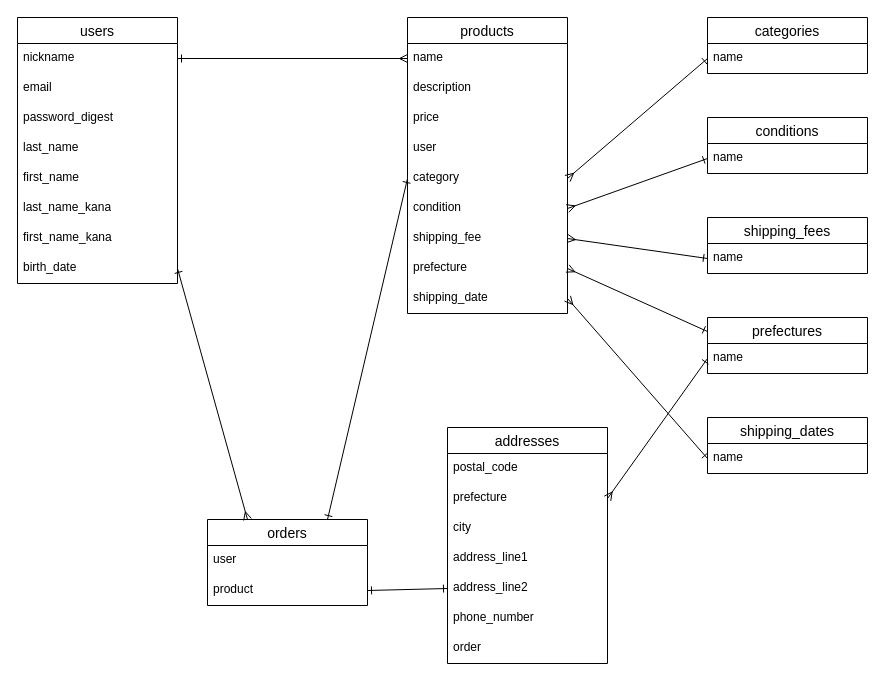
Earlier version of the draw.io diagram test.dio (Yuya46086/furima-46086). Source tidied: cells renumbered, new cells numbered last; positions are measured from the earlier drawing's top-left corner, leaving out a move shared by most shapes. Both pictures are drawn from the tidied source at 100%, with x=0, y=0 at pixel (17, 17).
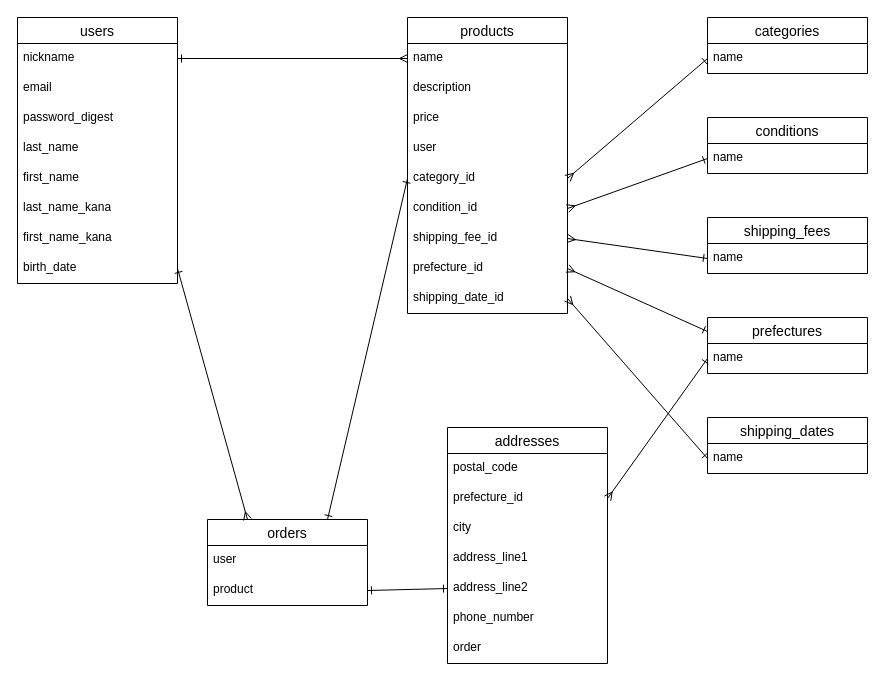
After the change.

Commit message (it also covers changes not shown here):
テーブル設計の修正（2回目）

Unchanged cells that the change refers to:
```xml
<mxCell id="11" value="products" style="swimlane;fontStyle=0;horizontal=1;startSize=26;align=center;fontSize=14;" parent="1" vertex="1">
  <mxGeometry x="390" width="160" height="296" as="geometry" />
</mxCell>
<mxCell id="24" value="addresses" style="swimlane;fontStyle=0;horizontal=1;startSize=26;align=center;fontSize=14;" parent="1" vertex="1">
  <mxGeometry x="430" y="410" width="160" height="236" as="geometry" />
</mxCell>
```

Diff of the diagram source:
```diff
@@
-    <mxCell id="16" value="category" style="text;strokeColor=none;fillColor=none;spacingLeft=4;spacingRight=4;overflow=hidden;points=[[0,0.5],[1,0.5]];portConstraint=eastwest;fontSize=12;whiteSpace=wrap;html=1;" parent="11" vertex="1">
+    <mxCell id="16" value="category_id" style="text;strokeColor=none;fillColor=none;spacingLeft=4;spacingRight=4;overflow=hidden;points=[[0,0.5],[1,0.5]];portConstraint=eastwest;fontSize=12;whiteSpace=wrap;html=1;" parent="11" vertex="1">
       <mxGeometry y="146" width="160" height="30" as="geometry" />
     </mxCell>
-    <mxCell id="17" value="condition" style="text;strokeColor=none;fillColor=none;spacingLeft=4;spacingRight=4;overflow=hidden;points=[[0,0.5],[1,0.5]];portConstraint=eastwest;fontSize=12;whiteSpace=wrap;html=1;" parent="11" vertex="1">
+    <mxCell id="17" value="condition_id" style="text;strokeColor=none;fillColor=none;spacingLeft=4;spacingRight=4;overflow=hidden;points=[[0,0.5],[1,0.5]];portConstraint=eastwest;fontSize=12;whiteSpace=wrap;html=1;" parent="11" vertex="1">
       <mxGeometry y="176" width="160" height="30" as="geometry" />
     </mxCell>
-    <mxCell id="18" value="shipping_fee" style="text;strokeColor=none;fillColor=none;spacingLeft=4;spacingRight=4;overflow=hidden;points=[[0,0.5],[1,0.5]];portConstraint=eastwest;fontSize=12;whiteSpace=wrap;html=1;" parent="11" vertex="1">
+    <mxCell id="18" value="shipping_fee_id" style="text;strokeColor=none;fillColor=none;spacingLeft=4;spacingRight=4;overflow=hidden;points=[[0,0.5],[1,0.5]];portConstraint=eastwest;fontSize=12;whiteSpace=wrap;html=1;" parent="11" vertex="1">
       <mxGeometry y="206" width="160" height="30" as="geometry" />
     </mxCell>
-    <mxCell id="19" value="prefecture" style="text;strokeColor=none;fillColor=none;spacingLeft=4;spacingRight=4;overflow=hidden;points=[[0,0.5],[1,0.5]];portConstraint=eastwest;fontSize=12;whiteSpace=wrap;html=1;" parent="11" vertex="1">
+    <mxCell id="19" value="prefecture_id" style="text;strokeColor=none;fillColor=none;spacingLeft=4;spacingRight=4;overflow=hidden;points=[[0,0.5],[1,0.5]];portConstraint=eastwest;fontSize=12;whiteSpace=wrap;html=1;" parent="11" vertex="1">
       <mxGeometry y="236" width="160" height="30" as="geometry" />
     </mxCell>
-    <mxCell id="20" value="shipping_date" style="text;strokeColor=none;fillColor=none;spacingLeft=4;spacingRight=4;overflow=hidden;points=[[0,0.5],[1,0.5]];portConstraint=eastwest;fontSize=12;whiteSpace=wrap;html=1;" parent="11" vertex="1">
+    <mxCell id="20" value="shipping_date_id" style="text;strokeColor=none;fillColor=none;spacingLeft=4;spacingRight=4;overflow=hidden;points=[[0,0.5],[1,0.5]];portConstraint=eastwest;fontSize=12;whiteSpace=wrap;html=1;" parent="11" vertex="1">
       <mxGeometry y="266" width="160" height="30" as="geometry" />
     </mxCell>
@@
-    <mxCell id="26" value="prefecture" style="text;strokeColor=none;fillColor=none;spacingLeft=4;spacingRight=4;overflow=hidden;points=[[0,0.5],[1,0.5]];portConstraint=eastwest;fontSize=12;whiteSpace=wrap;html=1;" parent="24" vertex="1">
+    <mxCell id="26" value="prefecture_id" style="text;strokeColor=none;fillColor=none;spacingLeft=4;spacingRight=4;overflow=hidden;points=[[0,0.5],[1,0.5]];portConstraint=eastwest;fontSize=12;whiteSpace=wrap;html=1;" parent="24" vertex="1">
       <mxGeometry y="56" width="160" height="30" as="geometry" />
     </mxCell>
```
